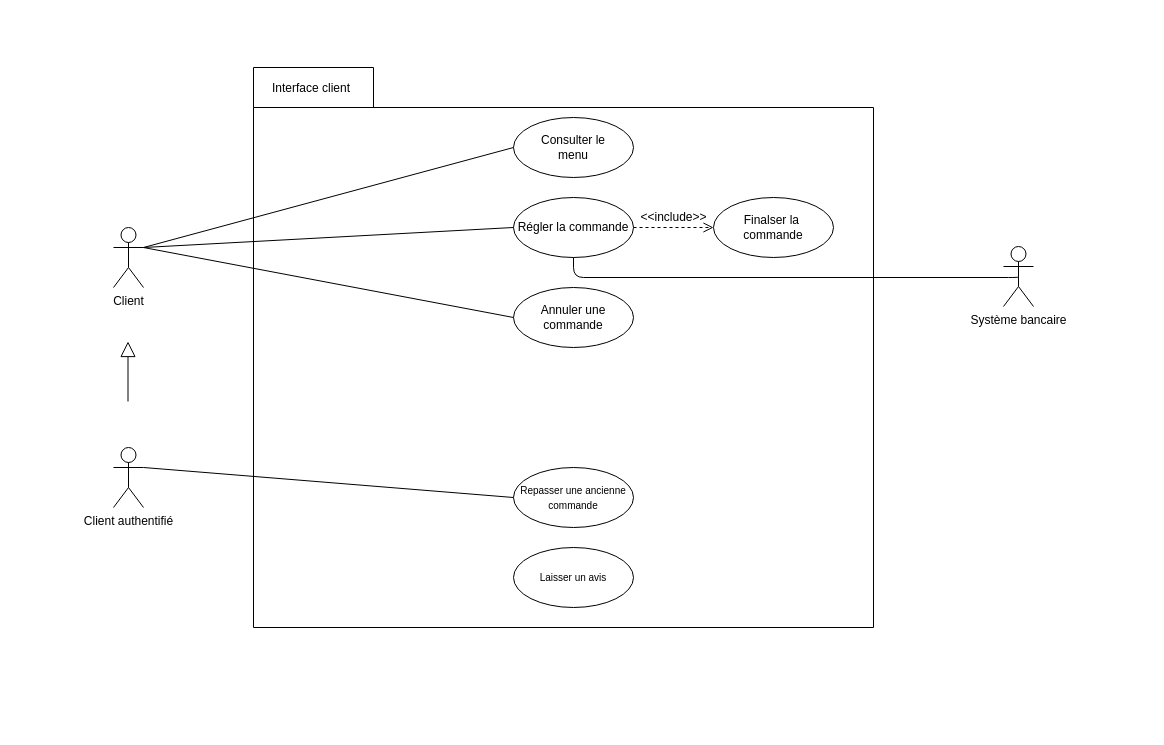
Before: Interface client.drawio in damien-devpy/OC-P4, a draw.io diagram. Source tidied: cells renumbered, new cells numbered last; positions are measured from the earlier drawing's top-left corner, leaving out a move shared by most shapes. Both pictures are drawn from the tidied source at 100%, with x=0, y=0 at pixel (113, 67).
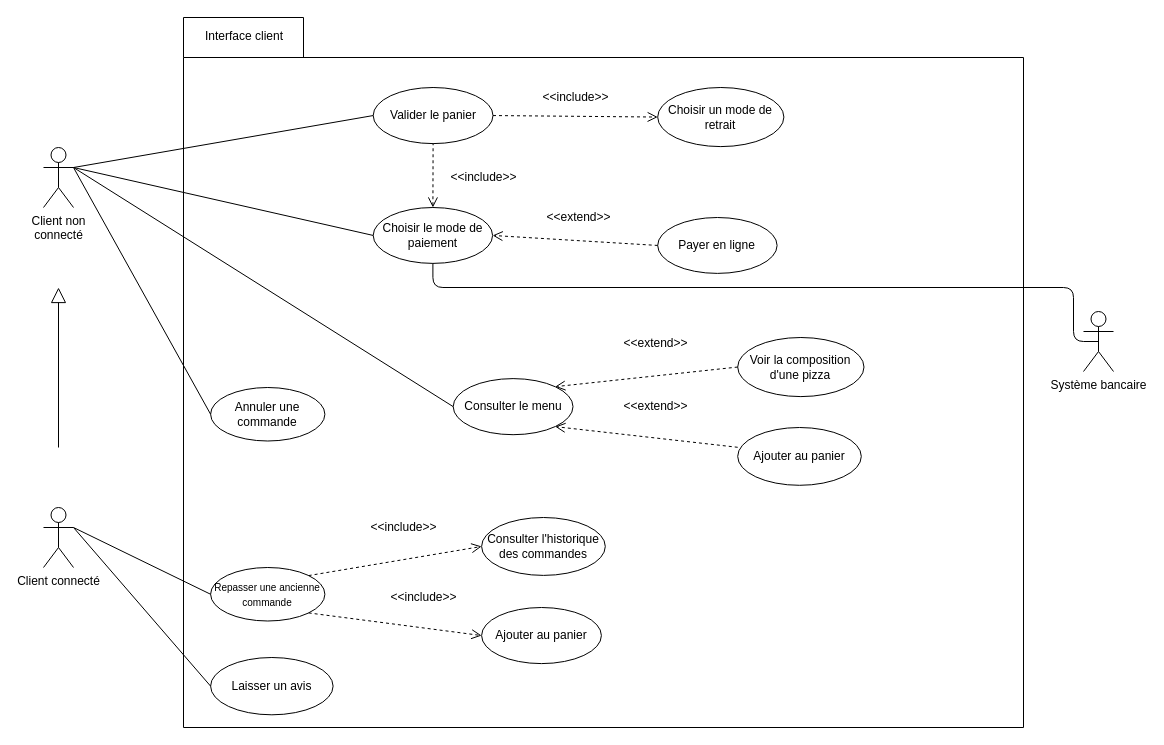
The same diagram, later.

Diff of the diagram source:
```diff
@@
     <mxCell id="2" style="group;" parent="1" vertex="1">
-      <mxGeometry x="140" width="620" height="560" as="geometry" />
+      <mxGeometry x="70" y="-50" width="840" height="710" as="geometry" />
     </mxCell>
     <mxCell id="3" value="&lt;div&gt;&lt;br&gt;&lt;/div&gt;&lt;div&gt;&lt;br&gt;&lt;/div&gt;" style="shape=folder;fontStyle=1;spacingTop=10;tabWidth=120;tabHeight=40;tabPosition=left;html=1;fillColor=none;" parent="2" vertex="1">
-      <mxGeometry width="620" height="560" as="geometry" />
+      <mxGeometry width="840" height="710" as="geometry" />
     </mxCell>
     <mxCell id="4" value="Interface client" style="text;html=1;strokeColor=none;fillColor=none;align=center;verticalAlign=middle;whiteSpace=wrap;rounded=0;" parent="2" vertex="1">
-      <mxGeometry x="13" y="11" width="90" height="20" as="geometry" />
+      <mxGeometry y="6" width="121.9" height="25.4" as="geometry" />
     </mxCell>
-    <mxCell id="5" value="&lt;div&gt;Finalser l&lt;span&gt;a&amp;nbsp;&lt;/span&gt;&lt;/div&gt;&lt;div&gt;commande&lt;/div&gt;" style="ellipse;whiteSpace=wrap;html=1;fillColor=none;" parent="2" vertex="1">
-      <mxGeometry x="460" y="130" width="120" height="60" as="geometry" />
+    <mxCell id="5" value="&lt;div&gt;Payer en ligne&lt;/div&gt;" style="ellipse;whiteSpace=wrap;html=1;fillColor=none;" parent="2" vertex="1">
+      <mxGeometry x="474.2" y="200" width="119.4" height="55.9" as="geometry" />
     </mxCell>
     <mxCell id="6" value="&lt;font style=&quot;font-size: 10px&quot;&gt;Repasser une ancienne commande&lt;br&gt;&lt;/font&gt;" style="ellipse;whiteSpace=wrap;html=1;fillColor=none;" parent="2" vertex="1">
-      <mxGeometry x="260" y="400" width="120" height="60" as="geometry" />
+      <mxGeometry x="27.1" y="550" width="114.3" height="53.5" as="geometry" />
     </mxCell>
-    <mxCell id="7" value="&lt;font style=&quot;font-size: 10px&quot;&gt;Laisser un avis&lt;br&gt;&lt;/font&gt;" style="ellipse;whiteSpace=wrap;html=1;fillColor=none;" parent="2" vertex="1">
-      <mxGeometry x="260" y="480" width="120" height="60" as="geometry" />
+    <mxCell id="7" value="&lt;font&gt;&lt;font style=&quot;font-size: 12px&quot;&gt;Laisser un avis&lt;/font&gt;&lt;br&gt;&lt;/font&gt;" style="ellipse;whiteSpace=wrap;html=1;fillColor=none;" parent="2" vertex="1">
+      <mxGeometry x="27.1" y="640" width="122.5" height="57.3" as="geometry" />
     </mxCell>
-    <mxCell id="8" value="Régler la commande" style="ellipse;whiteSpace=wrap;html=1;fillColor=none;" parent="2" vertex="1">
-      <mxGeometry x="260" y="130" width="120" height="60" as="geometry" />
+    <mxCell id="8" value="Choisir le mode de paiement" style="ellipse;whiteSpace=wrap;html=1;fillColor=none;" parent="2" vertex="1">
+      <mxGeometry x="189.7" y="190" width="119.4" height="55.9" as="geometry" />
     </mxCell>
-    <mxCell id="9" style="endArrow=open;dashed=1;html=1;entryX=0;entryY=0.5;entryDx=0;entryDy=0;exitX=1;exitY=0.5;exitDx=0;exitDy=0;endFill=0;endSize=8;" parent="2" edge="1" source="8" target="5">
-      <mxGeometry relative="1" as="geometry" />
-    </mxCell>
-    <mxCell id="10" value="&amp;lt;&amp;lt;include&amp;gt;&amp;gt;" style="text;html=1;align=center;verticalAlign=middle;" parent="2" vertex="1">
-      <mxGeometry x="380" y="140" width="80" height="20" as="geometry" />
-    </mxCell>
     <mxCell id="11" value="Annuler une commande" style="ellipse;whiteSpace=wrap;html=1;fillColor=none;" parent="2" vertex="1">
-      <mxGeometry x="260" y="220" width="120" height="60" as="geometry" />
+      <mxGeometry x="27.1" y="370" width="114.3" height="53.5" as="geometry" />
     </mxCell>
+    <mxCell id="24" style="endArrow=open;dashed=1;html=1;exitX=0;exitY=0.5;exitDx=0;exitDy=0;entryX=1;entryY=0.5;entryDx=0;entryDy=0;startArrow=none;startFill=0;endSize=8;endFill=0;startSize=9;" parent="2" edge="1" source="5" target="8">
+      <mxGeometry relative="1" as="geometry" />
+    </mxCell>
+    <mxCell id="25" value="&amp;lt;&amp;lt;extend&amp;gt;&amp;gt;" style="text;html=1;align=center;verticalAlign=middle;" parent="2" vertex="1">
+      <mxGeometry x="355" y="190" width="80" height="20" as="geometry" />
+    </mxCell>
+    <mxCell id="26" value="&lt;div&gt;Consulter l'historique des commandes&lt;/div&gt;" style="ellipse;whiteSpace=wrap;html=1;fillColor=none;" parent="2" vertex="1">
+      <mxGeometry x="298.1" y="500" width="123.7" height="57.9" as="geometry" />
+    </mxCell>
+    <mxCell id="27" style="endArrow=open;dashed=1;html=1;exitX=1;exitY=0;exitDx=0;exitDy=0;entryX=0;entryY=0.5;entryDx=0;entryDy=0;endFill=0;endSize=8;" parent="2" edge="1" source="6" target="26">
+      <mxGeometry relative="1" as="geometry" />
+    </mxCell>
+    <mxCell id="28" value="&amp;lt;&amp;lt;include&amp;gt;&amp;gt;" style="text;html=1;align=center;verticalAlign=middle;" parent="2" vertex="1">
+      <mxGeometry x="180" y="500" width="80" height="20" as="geometry" />
+    </mxCell>
+    <mxCell id="29" value="&lt;div&gt;Valider le panier&lt;/div&gt;" style="ellipse;whiteSpace=wrap;html=1;fillColor=none;" parent="2" vertex="1">
+      <mxGeometry x="189.7" y="70" width="119.8" height="56.1" as="geometry" />
+    </mxCell>
+    <mxCell id="30" value="Ajouter au panier" style="ellipse;whiteSpace=wrap;html=1;fillColor=none;" parent="2" vertex="1">
+      <mxGeometry x="298.1" y="590" width="119.8" height="56.1" as="geometry" />
+    </mxCell>
+    <mxCell id="31" style="endArrow=open;dashed=1;html=1;exitX=1;exitY=1;exitDx=0;exitDy=0;entryX=0;entryY=0.5;entryDx=0;entryDy=0;startArrow=none;startFill=0;startSize=8;endFill=0;endSize=8;" parent="2" edge="1" source="6" target="30">
+      <mxGeometry relative="1" as="geometry" />
+    </mxCell>
+    <mxCell id="32" value="&lt;div&gt;Choisir un mode de retrait&lt;/div&gt;" style="ellipse;whiteSpace=wrap;html=1;fillColor=none;" parent="2" vertex="1">
+      <mxGeometry x="474.2" y="70" width="126.2" height="59.1" as="geometry" />
+    </mxCell>
+    <mxCell id="33" style="endArrow=open;dashed=1;html=1;entryX=0;entryY=0.5;entryDx=0;entryDy=0;exitX=1;exitY=0.5;exitDx=0;exitDy=0;startArrow=none;startFill=0;endFill=0;endSize=8;" parent="2" edge="1" source="29" target="32">
+      <mxGeometry relative="1" as="geometry" />
+    </mxCell>
+    <mxCell id="34" value="&amp;lt;&amp;lt;include&amp;gt;&amp;gt;" style="text;html=1;align=center;verticalAlign=middle;" parent="2" vertex="1">
+      <mxGeometry x="352.3" y="70" width="80" height="20" as="geometry" />
+    </mxCell>
+    <mxCell id="35" value="Voir la composition d'une pizza" style="ellipse;whiteSpace=wrap;html=1;fillColor=none;" parent="2" vertex="1">
+      <mxGeometry x="554.2" y="320" width="126.3" height="59.1" as="geometry" />
+    </mxCell>
+    <mxCell id="36" style="endArrow=open;dashed=1;html=1;exitX=0;exitY=0.5;exitDx=0;exitDy=0;entryX=1;entryY=0;entryDx=0;entryDy=0;startArrow=none;startFill=0;endSize=8;endFill=0;startSize=9;" parent="2" edge="1" source="35" target="14">
+      <mxGeometry relative="1" as="geometry" />
+    </mxCell>
+    <mxCell id="37" value="&amp;lt;&amp;lt;extend&amp;gt;&amp;gt;" style="text;html=1;align=center;verticalAlign=middle;" parent="2" vertex="1">
+      <mxGeometry x="432.3" y="315.7" width="80" height="20" as="geometry" />
+    </mxCell>
     <mxCell id="12" style="group;" parent="2" vertex="1">
-      <mxGeometry x="260" y="50" width="120" height="60" as="geometry" />
+      <mxGeometry x="269.7" y="341.1" width="162.6" height="76.1" as="geometry" />
     </mxCell>
     <mxCell id="13" value="Consulter le menu" style="text;html=1;strokeColor=none;fillColor=none;align=center;verticalAlign=middle;whiteSpace=wrap;rounded=0;" parent="12" vertex="1">
-      <mxGeometry x="15" y="20" width="90" height="20" as="geometry" />
+      <mxGeometry x="-1" y="35.4" width="121.9" height="25.4" as="geometry" />
     </mxCell>
     <mxCell id="14" style="ellipse;whiteSpace=wrap;html=1;fillColor=none;" parent="12" vertex="1">
-      <mxGeometry width="120" height="60" as="geometry" />
+      <mxGeometry y="20" width="119.8" height="56.1" as="geometry" />
     </mxCell>
+    <mxCell id="38" style="endArrow=open;dashed=1;html=1;entryX=1;entryY=1;entryDx=0;entryDy=0;startArrow=none;startFill=0;endSize=8;endFill=0;startSize=9;" parent="2" edge="1" target="14">
+      <mxGeometry relative="1" as="geometry">
+        <mxPoint x="554.2" y="429.8" as="sourcePoint" />
+      </mxGeometry>
+    </mxCell>
+    <mxCell id="39" value="Ajouter au panier" style="ellipse;whiteSpace=wrap;html=1;fillColor=none;" parent="2" vertex="1">
+      <mxGeometry x="554.2" y="410" width="123.6" height="57.8" as="geometry" />
+    </mxCell>
+    <mxCell id="40" value="&amp;lt;&amp;lt;extend&amp;gt;&amp;gt;" style="text;html=1;align=center;verticalAlign=middle;" parent="2" vertex="1">
+      <mxGeometry x="432.3" y="379.1" width="80" height="20" as="geometry" />
+    </mxCell>
+    <mxCell id="41" style="endArrow=none;dashed=1;html=1;entryX=0.5;entryY=1;entryDx=0;entryDy=0;exitX=0.5;exitY=0;exitDx=0;exitDy=0;endFill=0;startArrow=open;startFill=0;startSize=8;endSize=8;" parent="2" edge="1" source="8" target="29">
+      <mxGeometry relative="1" as="geometry" />
+    </mxCell>
+    <mxCell id="42" value="&amp;lt;&amp;lt;include&amp;gt;&amp;gt;" style="text;html=1;align=center;verticalAlign=middle;" parent="2" vertex="1">
+      <mxGeometry x="260" y="150" width="80" height="20" as="geometry" />
+    </mxCell>
+    <mxCell id="43" value="&amp;lt;&amp;lt;include&amp;gt;&amp;gt;" style="text;html=1;align=center;verticalAlign=middle;" parent="2" vertex="1">
+      <mxGeometry x="200" y="570" width="80" height="20" as="geometry" />
+    </mxCell>
@@
-    <mxCell id="17" value="Client" style="shape=umlActor;verticalLabelPosition=bottom;labelBackgroundColor=#ffffff;verticalAlign=top;html=1;outlineConnect=0;fillColor=none;" parent="1" vertex="1">
-      <mxGeometry y="160" width="30" height="60" as="geometry" />
+    <mxCell id="17" value="Client non &lt;br&gt;connecté" style="shape=umlActor;verticalLabelPosition=bottom;labelBackgroundColor=#ffffff;verticalAlign=top;html=1;outlineConnect=0;fillColor=none;" parent="1" vertex="1">
+      <mxGeometry x="-70" y="80" width="30" height="60" as="geometry" />
     </mxCell>
-    <mxCell id="18" value="&lt;div&gt;Client authentifié&lt;/div&gt;" style="shape=umlActor;verticalLabelPosition=bottom;labelBackgroundColor=#ffffff;verticalAlign=top;html=1;outlineConnect=0;fillColor=none;" parent="1" vertex="1">
-      <mxGeometry y="380" width="30" height="60" as="geometry" />
+    <mxCell id="18" value="&lt;div&gt;Client connecté&lt;/div&gt;" style="shape=umlActor;verticalLabelPosition=bottom;labelBackgroundColor=#ffffff;verticalAlign=top;html=1;outlineConnect=0;fillColor=none;" parent="1" vertex="1">
+      <mxGeometry x="-70" y="440" width="30" height="60" as="geometry" />
     </mxCell>
@@
     <mxCell id="20" style="endArrow=block;html=1;endFill=0;startSize=12;endSize=13;" parent="1" edge="1">
       <mxGeometry relative="1" as="geometry">
-        <mxPoint x="14.5" y="334" as="sourcePoint" />
-        <mxPoint x="14.5" y="274" as="targetPoint" />
+        <mxPoint x="-55" y="380" as="sourcePoint" />
+        <mxPoint x="-55" y="220" as="targetPoint" />
       </mxGeometry>
     </mxCell>
@@
     <mxCell id="22" value="Système bancaire" style="shape=umlActor;verticalLabelPosition=bottom;labelBackgroundColor=#ffffff;verticalAlign=top;html=1;outlineConnect=0;" parent="1" vertex="1">
-      <mxGeometry x="890" y="179" width="30" height="60" as="geometry" />
+      <mxGeometry x="970" y="244" width="30" height="60" as="geometry" />
     </mxCell>
     <mxCell id="23" style="endArrow=none;html=1;entryX=0.5;entryY=1;entryDx=0;entryDy=0;exitX=0.5;exitY=0.5;exitDx=0;exitDy=0;exitPerimeter=0;edgeStyle=orthogonalEdgeStyle;" parent="1" edge="1" source="22" target="8">
       <mxGeometry relative="1" as="geometry">
         <Array as="points">
-          <mxPoint x="905" y="210" />
-          <mxPoint x="460" y="210" />
+          <mxPoint x="960" y="274" />
+          <mxPoint x="960" y="220" />
+          <mxPoint x="319" y="220" />
         </Array>
       </mxGeometry>
     </mxCell>
+    <mxCell id="44" style="endArrow=none;html=1;exitX=1;exitY=0.3333333333333333;exitDx=0;exitDy=0;exitPerimeter=0;entryX=0;entryY=0.5;entryDx=0;entryDy=0;" parent="1" edge="1" source="18" target="7">
+      <mxGeometry relative="1" as="geometry" />
+    </mxCell>
+    <mxCell id="45" style="endArrow=none;html=1;entryX=0;entryY=0.5;entryDx=0;entryDy=0;exitX=1;exitY=0.3333333333333333;exitDx=0;exitDy=0;exitPerimeter=0;" parent="1" edge="1" source="17" target="29">
+      <mxGeometry relative="1" as="geometry" />
+    </mxCell>
```
